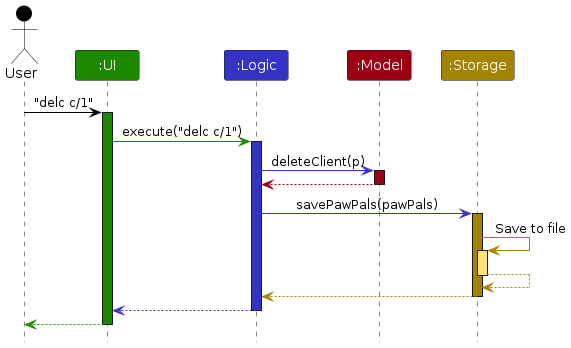
AY2627S1-CS2103T-T14-4/tp keeps this PlantUML diagram as diagrams/ArchitectureSequenceDiagram.png. Above is the earlier version. Its source is kept beside it as diagrams/ArchitectureSequenceDiagram.puml.
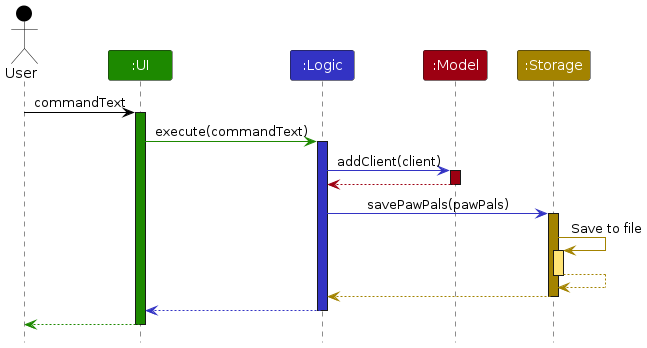
After the change.

Diff of the diagram source:
```diff
@@ -8,13 +8,12 @@
 Participant ":Model" as model MODEL_COLOR
 Participant ":Storage" as storage STORAGE_COLOR
 
-user -[USER_COLOR]> ui : "delc c/1"
+user -[USER_COLOR]> ui : commandText
 activate ui UI_COLOR
-
-ui -[UI_COLOR]> logic : execute("delc c/1")
+ui -[UI_COLOR]> logic : execute(commandText)
 activate logic LOGIC_COLOR
 
-logic -[LOGIC_COLOR]> model : deleteClient(p)
+logic -[LOGIC_COLOR]> model : addClient(client)
 activate model MODEL_COLOR
 
 model -[MODEL_COLOR]-> logic
```
